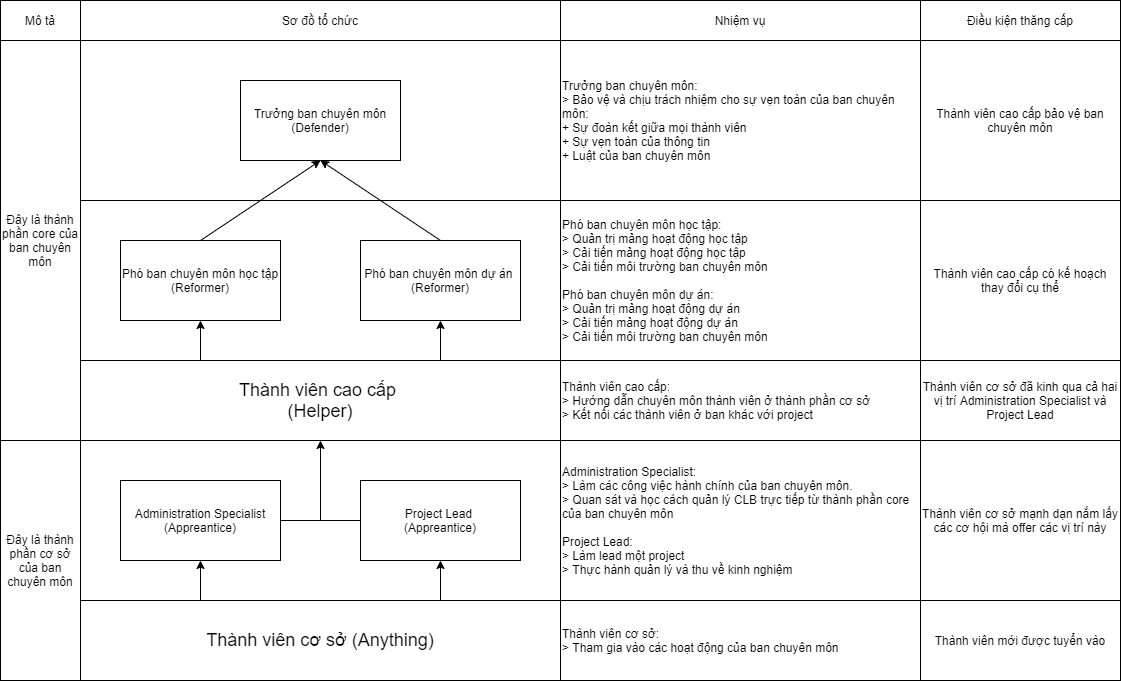
Before: MEMBER_STRUCTURE/CauTrucThanhVien.png, a diagram exported from draw.io (nghuyenthevinh2000/SinnoChuyenMonStructure). Source tidied: cells renumbered, new cells last; positions are measured from the earlier drawing's top-left corner, leaving out a move shared by most shapes. Its diagram source:
```xml
<mxGraphModel>
  <root>
    <mxCell id="0" />
    <mxCell id="1" parent="0" />
    <mxCell id="2" style="rounded=0;whiteSpace=wrap;html=1;" parent="1" vertex="1">
      <mxGeometry x="80" y="40" width="480" height="160" as="geometry" />
    </mxCell>
    <mxCell id="3" style="rounded=0;whiteSpace=wrap;html=1;" parent="1" vertex="1">
      <mxGeometry x="80" y="440" width="480" height="160" as="geometry" />
    </mxCell>
    <mxCell id="4" style="rounded=0;whiteSpace=wrap;html=1;" parent="1" vertex="1">
      <mxGeometry x="80" y="200" width="480" height="160" as="geometry" />
    </mxCell>
    <mxCell id="5" value="Trưởng ban chuyên môn&lt;br&gt;(Defender)" style="rounded=0;whiteSpace=wrap;html=1;" parent="1" vertex="1">
      <mxGeometry x="240" y="80" width="160" height="80" as="geometry" />
    </mxCell>
    <mxCell id="6" value="Phó ban chuyên môn học tập&lt;br&gt;(Reformer)" style="rounded=0;whiteSpace=wrap;html=1;" parent="1" vertex="1">
      <mxGeometry x="120" y="240" width="160" height="80" as="geometry" />
    </mxCell>
    <mxCell id="7" value="Phó ban chuyên môn dự án&amp;nbsp;&lt;br&gt;(Reformer)" style="rounded=0;whiteSpace=wrap;html=1;" parent="1" vertex="1">
      <mxGeometry x="360" y="240" width="160" height="80" as="geometry" />
    </mxCell>
    <mxCell id="8" value="&lt;font style=&quot;font-size: 18px&quot;&gt;Thành viên cao cấp&amp;nbsp;&lt;br&gt;(Helper)&lt;br&gt;&lt;/font&gt;" style="rounded=0;whiteSpace=wrap;html=1;" parent="1" vertex="1">
      <mxGeometry x="80" y="360" width="480" height="80" as="geometry" />
    </mxCell>
    <mxCell id="9" value="Administration Specialist&lt;br&gt;(Appreantice)" style="rounded=0;whiteSpace=wrap;html=1;" parent="1" vertex="1">
      <mxGeometry x="120" y="480" width="160" height="80" as="geometry" />
    </mxCell>
    <mxCell id="10" value="Project Lead&amp;nbsp;&lt;br&gt;(Appreantice)" style="rounded=0;whiteSpace=wrap;html=1;" parent="1" vertex="1">
      <mxGeometry x="360" y="480" width="160" height="80" as="geometry" />
    </mxCell>
    <mxCell id="11" style="endArrow=none;html=1;entryX=0;entryY=0.5;entryDx=0;entryDy=0;exitX=1;exitY=0.5;exitDx=0;exitDy=0;" parent="1" edge="1" source="9" target="10">
      <mxGeometry relative="1" as="geometry" />
    </mxCell>
    <mxCell id="12" value="&lt;font style=&quot;font-size: 18px&quot;&gt;Thành viên cơ sở (Anything)&lt;/font&gt;" style="rounded=0;whiteSpace=wrap;html=1;" parent="1" vertex="1">
      <mxGeometry x="80" y="600" width="480" height="80" as="geometry" />
    </mxCell>
    <mxCell id="13" value="Đây là thành phần core của ban chuyên môn" style="rounded=0;whiteSpace=wrap;html=1;" parent="1" vertex="1">
      <mxGeometry y="40" width="80" height="400" as="geometry" />
    </mxCell>
    <mxCell id="14" value="Đây là thành phần cơ sở của ban chuyên môn" style="rounded=0;whiteSpace=wrap;html=1;" parent="1" vertex="1">
      <mxGeometry y="440" width="80" height="240" as="geometry" />
    </mxCell>
    <mxCell id="15" style="endArrow=classic;html=1;" parent="1" edge="1" target="8">
      <mxGeometry relative="1" as="geometry">
        <mxPoint x="320" y="520" as="sourcePoint" />
      </mxGeometry>
    </mxCell>
    <mxCell id="16" style="endArrow=classic;html=1;entryX=0.5;entryY=1;entryDx=0;entryDy=0;exitX=0.25;exitY=0;exitDx=0;exitDy=0;" parent="1" edge="1" source="12" target="9">
      <mxGeometry relative="1" as="geometry" />
    </mxCell>
    <mxCell id="17" style="endArrow=classic;html=1;entryX=0.5;entryY=1;entryDx=0;entryDy=0;exitX=0.75;exitY=0;exitDx=0;exitDy=0;" parent="1" edge="1" source="12" target="10">
      <mxGeometry relative="1" as="geometry" />
    </mxCell>
    <mxCell id="18" style="endArrow=classic;html=1;entryX=0.5;entryY=1;entryDx=0;entryDy=0;exitX=0.25;exitY=0;exitDx=0;exitDy=0;" parent="1" edge="1" source="8" target="6">
      <mxGeometry relative="1" as="geometry" />
    </mxCell>
    <mxCell id="19" style="endArrow=classic;html=1;entryX=0.5;entryY=1;entryDx=0;entryDy=0;exitX=0.75;exitY=1;exitDx=0;exitDy=0;" parent="1" edge="1" source="4" target="7">
      <mxGeometry relative="1" as="geometry" />
    </mxCell>
    <mxCell id="20" style="endArrow=classic;html=1;entryX=0.5;entryY=1;entryDx=0;entryDy=0;exitX=0.5;exitY=0;exitDx=0;exitDy=0;" parent="1" edge="1" source="6" target="5">
      <mxGeometry relative="1" as="geometry" />
    </mxCell>
    <mxCell id="21" style="endArrow=classic;html=1;entryX=0.5;entryY=1;entryDx=0;entryDy=0;exitX=0.5;exitY=0;exitDx=0;exitDy=0;" parent="1" edge="1" source="7" target="5">
      <mxGeometry relative="1" as="geometry" />
    </mxCell>
    <mxCell id="22" value="&lt;div&gt;Trưởng ban chuyên môn:&lt;/div&gt;&lt;div&gt;&amp;gt; Bảo vệ và chịu trách nhiệm cho sự vẹn toàn của ban chuyên môn:&lt;/div&gt;&lt;div&gt;+ Sự đoàn kết giữa mọi thành viên&lt;/div&gt;&lt;div&gt;+ Sự vẹn toàn của thông tin&lt;/div&gt;&lt;div&gt;+ Luật của ban chuyên môn&lt;/div&gt;" style="rounded=0;whiteSpace=wrap;html=1;align=left;" parent="1" vertex="1">
      <mxGeometry x="560" y="40" width="360" height="160" as="geometry" />
    </mxCell>
    <mxCell id="23" value="&lt;div&gt;Phó ban chuyên môn học tập:&amp;nbsp;&lt;/div&gt;&lt;div&gt;&amp;gt; Quản trị mảng hoạt động học tập&lt;/div&gt;&lt;div&gt;&amp;gt; Cải tiến mảng hoạt động học tập&lt;/div&gt;&lt;div&gt;&amp;gt; Cải tiến môi trường ban chuyên môn&lt;/div&gt;&lt;div&gt;&lt;br&gt;&lt;/div&gt;&lt;div&gt;Phó ban chuyên môn dự án:&lt;/div&gt;&lt;div&gt;&amp;gt; Quản trị mảng hoạt động dự án&lt;/div&gt;&lt;div&gt;&amp;gt; Cải tiến mảng hoạt động dự án&lt;/div&gt;&lt;div&gt;&amp;gt; Cải tiến môi trường ban chuyên môn&lt;/div&gt;" style="rounded=0;whiteSpace=wrap;html=1;align=left;" parent="1" vertex="1">
      <mxGeometry x="560" y="200" width="360" height="160" as="geometry" />
    </mxCell>
    <mxCell id="24" value="&lt;div style=&quot;text-align: justify&quot;&gt;&lt;br&gt;&lt;/div&gt;" style="rounded=0;whiteSpace=wrap;html=1;" parent="1" vertex="1">
      <mxGeometry x="560" y="360" width="360" height="80" as="geometry" />
    </mxCell>
    <mxCell id="25" value="&lt;div style=&quot;text-align: justify&quot;&gt;&lt;br&gt;&lt;/div&gt;" style="rounded=0;whiteSpace=wrap;html=1;" parent="1" vertex="1">
      <mxGeometry x="560" y="440" width="360" height="160" as="geometry" />
    </mxCell>
    <mxCell id="26" value="&lt;div style=&quot;text-align: justify&quot;&gt;&lt;br&gt;&lt;/div&gt;" style="rounded=0;whiteSpace=wrap;html=1;" parent="1" vertex="1">
      <mxGeometry x="560" y="600" width="360" height="80" as="geometry" />
    </mxCell>
    <mxCell id="27" value="Administration Specialist: &lt;br&gt;&amp;gt; Làm các công việc hành chính của ban chuyên môn.&lt;br&gt;&amp;gt; Quan sát và học cách quản lý CLB trực tiếp từ thành phần core của ban chuyên môn&lt;br&gt;&lt;br&gt;Project Lead:&lt;br&gt;&amp;gt; Làm lead một project&lt;br&gt;&amp;gt; Thực hành quản lý và thu về kinh nghiệm&amp;nbsp;" style="text;html=1;strokeColor=none;fillColor=none;align=left;verticalAlign=middle;whiteSpace=wrap;rounded=0;" parent="1" vertex="1">
      <mxGeometry x="560" y="440" width="360" height="160" as="geometry" />
    </mxCell>
    <mxCell id="28" value="Thành viên cơ sở:&lt;br&gt;&amp;gt; Tham gia vào các hoạt động của ban chuyên môn" style="text;html=1;strokeColor=none;fillColor=none;align=left;verticalAlign=middle;whiteSpace=wrap;rounded=0;" parent="1" vertex="1">
      <mxGeometry x="560" y="600" width="360" height="80" as="geometry" />
    </mxCell>
    <mxCell id="29" value="Thành viên cao cấp:&lt;br&gt;&amp;gt; Hướng dẫn chuyên môn thành viên ở thành phần cơ sở&lt;br&gt;&amp;gt; Kết nối các thành viên ở ban khác với project" style="text;html=1;strokeColor=none;fillColor=none;align=left;verticalAlign=middle;whiteSpace=wrap;rounded=0;" parent="1" vertex="1">
      <mxGeometry x="560" y="360" width="360" height="80" as="geometry" />
    </mxCell>
    <mxCell id="30" value="Thành viên cao cấp bảo vệ ban chuyên môn" style="rounded=0;whiteSpace=wrap;html=1;" parent="1" vertex="1">
      <mxGeometry x="920" y="40" width="200" height="160" as="geometry" />
    </mxCell>
    <mxCell id="31" value="Thành viên cao cấp có kế hoạch thay đổi cụ thể" style="rounded=0;whiteSpace=wrap;html=1;" parent="1" vertex="1">
      <mxGeometry x="920" y="200" width="200" height="160" as="geometry" />
    </mxCell>
    <mxCell id="32" value="Thành viên cơ sở đã kinh qua cả hai vị trí Administration Specialist và Project Lead" style="rounded=0;whiteSpace=wrap;html=1;" parent="1" vertex="1">
      <mxGeometry x="920" y="360" width="200" height="80" as="geometry" />
    </mxCell>
    <mxCell id="33" value="Thành viên cơ sở mạnh dạn nắm lấy các cơ hội mà offer các vị trí này" style="rounded=0;whiteSpace=wrap;html=1;" parent="1" vertex="1">
      <mxGeometry x="920" y="440" width="200" height="160" as="geometry" />
    </mxCell>
    <mxCell id="34" value="Thành viên mới được tuyển vào" style="rounded=0;whiteSpace=wrap;html=1;" parent="1" vertex="1">
      <mxGeometry x="920" y="600" width="200" height="80" as="geometry" />
    </mxCell>
    <mxCell id="35" value="Mô tả" style="rounded=0;whiteSpace=wrap;html=1;" parent="1" vertex="1">
      <mxGeometry width="80" height="40" as="geometry" />
    </mxCell>
    <mxCell id="36" value="Sơ đồ tổ chức" style="rounded=0;whiteSpace=wrap;html=1;" parent="1" vertex="1">
      <mxGeometry x="80" width="480" height="40" as="geometry" />
    </mxCell>
    <mxCell id="37" value="Nhiệm vụ" style="rounded=0;whiteSpace=wrap;html=1;" parent="1" vertex="1">
      <mxGeometry x="560" width="360" height="40" as="geometry" />
    </mxCell>
    <mxCell id="38" value="Điều kiện thăng cấp" style="rounded=0;whiteSpace=wrap;html=1;" parent="1" vertex="1">
      <mxGeometry x="920" width="200" height="40" as="geometry" />
    </mxCell>
  </root>
</mxGraphModel>
```
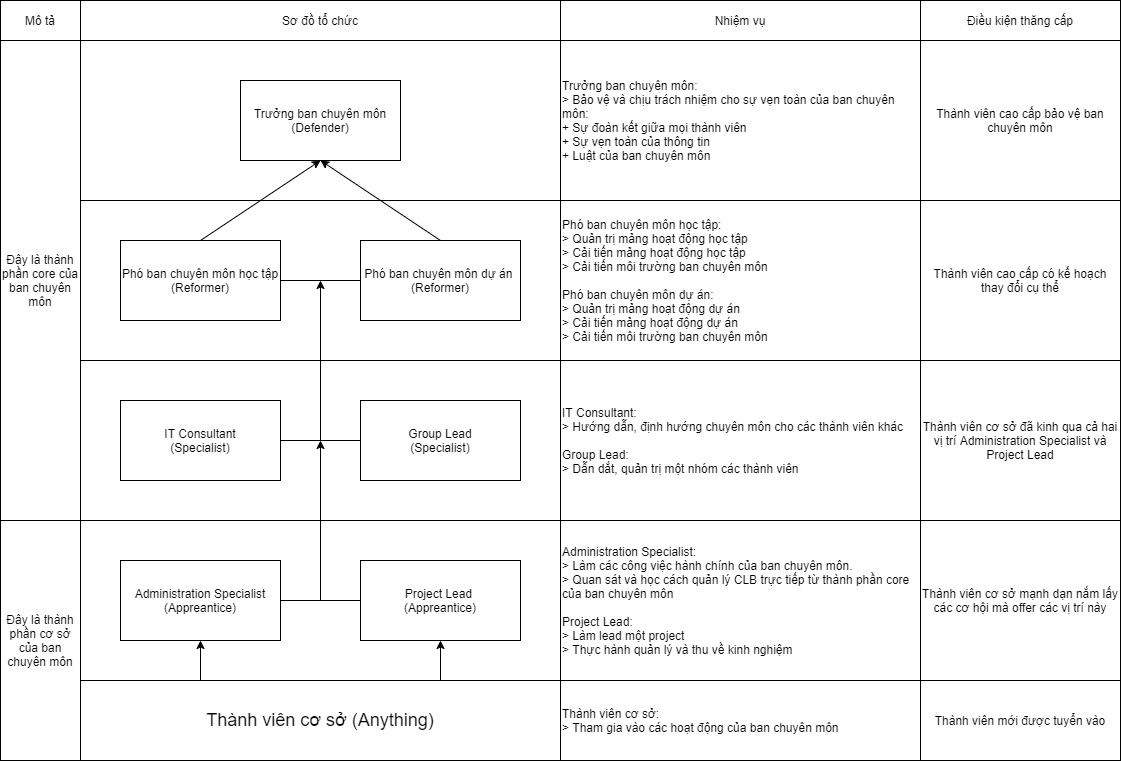
Later version of the same file.

What changed in the source:
```diff
@@ -6,7 +6,7 @@
       <mxGeometry x="80" y="40" width="480" height="160" as="geometry" />
     </mxCell>
     <mxCell id="3" style="rounded=0;whiteSpace=wrap;html=1;" parent="1" vertex="1">
-      <mxGeometry x="80" y="440" width="480" height="160" as="geometry" />
+      <mxGeometry x="80" y="520" width="480" height="160" as="geometry" />
     </mxCell>
     <mxCell id="4" style="rounded=0;whiteSpace=wrap;html=1;" parent="1" vertex="1">
       <mxGeometry x="80" y="200" width="480" height="160" as="geometry" />
@@ -20,44 +20,33 @@
     <mxCell id="7" value="Phó ban chuyên môn dự án&amp;nbsp;&lt;br&gt;(Reformer)" style="rounded=0;whiteSpace=wrap;html=1;" parent="1" vertex="1">
       <mxGeometry x="360" y="240" width="160" height="80" as="geometry" />
     </mxCell>
-    <mxCell id="8" value="&lt;font style=&quot;font-size: 18px&quot;&gt;Thành viên cao cấp&amp;nbsp;&lt;br&gt;(Helper)&lt;br&gt;&lt;/font&gt;" style="rounded=0;whiteSpace=wrap;html=1;" parent="1" vertex="1">
-      <mxGeometry x="80" y="360" width="480" height="80" as="geometry" />
+    <mxCell id="8" value="&lt;font style=&quot;font-size: 18px&quot;&gt;&lt;br&gt;&lt;/font&gt;" style="rounded=0;whiteSpace=wrap;html=1;" parent="1" vertex="1">
+      <mxGeometry x="80" y="360" width="480" height="160" as="geometry" />
     </mxCell>
     <mxCell id="9" value="Administration Specialist&lt;br&gt;(Appreantice)" style="rounded=0;whiteSpace=wrap;html=1;" parent="1" vertex="1">
-      <mxGeometry x="120" y="480" width="160" height="80" as="geometry" />
+      <mxGeometry x="120" y="560" width="160" height="80" as="geometry" />
     </mxCell>
     <mxCell id="10" value="Project Lead&amp;nbsp;&lt;br&gt;(Appreantice)" style="rounded=0;whiteSpace=wrap;html=1;" parent="1" vertex="1">
-      <mxGeometry x="360" y="480" width="160" height="80" as="geometry" />
+      <mxGeometry x="360" y="560" width="160" height="80" as="geometry" />
     </mxCell>
     <mxCell id="11" style="endArrow=none;html=1;entryX=0;entryY=0.5;entryDx=0;entryDy=0;exitX=1;exitY=0.5;exitDx=0;exitDy=0;" parent="1" edge="1" source="9" target="10">
       <mxGeometry relative="1" as="geometry" />
     </mxCell>
     <mxCell id="12" value="&lt;font style=&quot;font-size: 18px&quot;&gt;Thành viên cơ sở (Anything)&lt;/font&gt;" style="rounded=0;whiteSpace=wrap;html=1;" parent="1" vertex="1">
-      <mxGeometry x="80" y="600" width="480" height="80" as="geometry" />
+      <mxGeometry x="80" y="680" width="480" height="80" as="geometry" />
     </mxCell>
     <mxCell id="13" value="Đây là thành phần core của ban chuyên môn" style="rounded=0;whiteSpace=wrap;html=1;" parent="1" vertex="1">
-      <mxGeometry y="40" width="80" height="400" as="geometry" />
+      <mxGeometry y="40" width="80" height="480" as="geometry" />
     </mxCell>
     <mxCell id="14" value="Đây là thành phần cơ sở của ban chuyên môn" style="rounded=0;whiteSpace=wrap;html=1;" parent="1" vertex="1">
-      <mxGeometry y="440" width="80" height="240" as="geometry" />
+      <mxGeometry y="520" width="80" height="240" as="geometry" />
     </mxCell>
-    <mxCell id="15" style="endArrow=classic;html=1;" parent="1" edge="1" target="8">
-      <mxGeometry relative="1" as="geometry">
-        <mxPoint x="320" y="520" as="sourcePoint" />
-      </mxGeometry>
-    </mxCell>
     <mxCell id="16" style="endArrow=classic;html=1;entryX=0.5;entryY=1;entryDx=0;entryDy=0;exitX=0.25;exitY=0;exitDx=0;exitDy=0;" parent="1" edge="1" source="12" target="9">
       <mxGeometry relative="1" as="geometry" />
     </mxCell>
     <mxCell id="17" style="endArrow=classic;html=1;entryX=0.5;entryY=1;entryDx=0;entryDy=0;exitX=0.75;exitY=0;exitDx=0;exitDy=0;" parent="1" edge="1" source="12" target="10">
       <mxGeometry relative="1" as="geometry" />
     </mxCell>
-    <mxCell id="18" style="endArrow=classic;html=1;entryX=0.5;entryY=1;entryDx=0;entryDy=0;exitX=0.25;exitY=0;exitDx=0;exitDy=0;" parent="1" edge="1" source="8" target="6">
-      <mxGeometry relative="1" as="geometry" />
-    </mxCell>
-    <mxCell id="19" style="endArrow=classic;html=1;entryX=0.5;entryY=1;entryDx=0;entryDy=0;exitX=0.75;exitY=1;exitDx=0;exitDy=0;" parent="1" edge="1" source="4" target="7">
-      <mxGeometry relative="1" as="geometry" />
-    </mxCell>
     <mxCell id="20" style="endArrow=classic;html=1;entryX=0.5;entryY=1;entryDx=0;entryDy=0;exitX=0.5;exitY=0;exitDx=0;exitDy=0;" parent="1" edge="1" source="6" target="5">
       <mxGeometry relative="1" as="geometry" />
     </mxCell>
@@ -71,22 +60,22 @@
       <mxGeometry x="560" y="200" width="360" height="160" as="geometry" />
     </mxCell>
     <mxCell id="24" value="&lt;div style=&quot;text-align: justify&quot;&gt;&lt;br&gt;&lt;/div&gt;" style="rounded=0;whiteSpace=wrap;html=1;" parent="1" vertex="1">
-      <mxGeometry x="560" y="360" width="360" height="80" as="geometry" />
+      <mxGeometry x="560" y="360" width="360" height="160" as="geometry" />
     </mxCell>
     <mxCell id="25" value="&lt;div style=&quot;text-align: justify&quot;&gt;&lt;br&gt;&lt;/div&gt;" style="rounded=0;whiteSpace=wrap;html=1;" parent="1" vertex="1">
-      <mxGeometry x="560" y="440" width="360" height="160" as="geometry" />
+      <mxGeometry x="560" y="520" width="360" height="160" as="geometry" />
     </mxCell>
     <mxCell id="26" value="&lt;div style=&quot;text-align: justify&quot;&gt;&lt;br&gt;&lt;/div&gt;" style="rounded=0;whiteSpace=wrap;html=1;" parent="1" vertex="1">
-      <mxGeometry x="560" y="600" width="360" height="80" as="geometry" />
+      <mxGeometry x="560" y="680" width="360" height="80" as="geometry" />
     </mxCell>
     <mxCell id="27" value="Administration Specialist: &lt;br&gt;&amp;gt; Làm các công việc hành chính của ban chuyên môn.&lt;br&gt;&amp;gt; Quan sát và học cách quản lý CLB trực tiếp từ thành phần core của ban chuyên môn&lt;br&gt;&lt;br&gt;Project Lead:&lt;br&gt;&amp;gt; Làm lead một project&lt;br&gt;&amp;gt; Thực hành quản lý và thu về kinh nghiệm&amp;nbsp;" style="text;html=1;strokeColor=none;fillColor=none;align=left;verticalAlign=middle;whiteSpace=wrap;rounded=0;" parent="1" vertex="1">
-      <mxGeometry x="560" y="440" width="360" height="160" as="geometry" />
+      <mxGeometry x="560" y="520" width="360" height="160" as="geometry" />
     </mxCell>
     <mxCell id="28" value="Thành viên cơ sở:&lt;br&gt;&amp;gt; Tham gia vào các hoạt động của ban chuyên môn" style="text;html=1;strokeColor=none;fillColor=none;align=left;verticalAlign=middle;whiteSpace=wrap;rounded=0;" parent="1" vertex="1">
-      <mxGeometry x="560" y="600" width="360" height="80" as="geometry" />
+      <mxGeometry x="560" y="680" width="360" height="80" as="geometry" />
     </mxCell>
-    <mxCell id="29" value="Thành viên cao cấp:&lt;br&gt;&amp;gt; Hướng dẫn chuyên môn thành viên ở thành phần cơ sở&lt;br&gt;&amp;gt; Kết nối các thành viên ở ban khác với project" style="text;html=1;strokeColor=none;fillColor=none;align=left;verticalAlign=middle;whiteSpace=wrap;rounded=0;" parent="1" vertex="1">
-      <mxGeometry x="560" y="360" width="360" height="80" as="geometry" />
+    <mxCell id="29" value="IT Consultant:&lt;br&gt;&amp;gt; Hướng dẫn, định hướng chuyên môn cho các thành viên khác&lt;br&gt;&lt;br&gt;Group Lead:&lt;br&gt;&amp;gt; Dẫn dắt, quản trị một nhóm các thành viên" style="text;html=1;strokeColor=none;fillColor=none;align=left;verticalAlign=middle;whiteSpace=wrap;rounded=0;" parent="1" vertex="1">
+      <mxGeometry x="560" y="360" width="360" height="160" as="geometry" />
     </mxCell>
     <mxCell id="30" value="Thành viên cao cấp bảo vệ ban chuyên môn" style="rounded=0;whiteSpace=wrap;html=1;" parent="1" vertex="1">
       <mxGeometry x="920" y="40" width="200" height="160" as="geometry" />
@@ -95,13 +84,13 @@
       <mxGeometry x="920" y="200" width="200" height="160" as="geometry" />
     </mxCell>
     <mxCell id="32" value="Thành viên cơ sở đã kinh qua cả hai vị trí Administration Specialist và Project Lead" style="rounded=0;whiteSpace=wrap;html=1;" parent="1" vertex="1">
-      <mxGeometry x="920" y="360" width="200" height="80" as="geometry" />
+      <mxGeometry x="920" y="360" width="200" height="160" as="geometry" />
     </mxCell>
     <mxCell id="33" value="Thành viên cơ sở mạnh dạn nắm lấy các cơ hội mà offer các vị trí này" style="rounded=0;whiteSpace=wrap;html=1;" parent="1" vertex="1">
-      <mxGeometry x="920" y="440" width="200" height="160" as="geometry" />
+      <mxGeometry x="920" y="520" width="200" height="160" as="geometry" />
     </mxCell>
     <mxCell id="34" value="Thành viên mới được tuyển vào" style="rounded=0;whiteSpace=wrap;html=1;" parent="1" vertex="1">
-      <mxGeometry x="920" y="600" width="200" height="80" as="geometry" />
+      <mxGeometry x="920" y="680" width="200" height="80" as="geometry" />
     </mxCell>
     <mxCell id="35" value="Mô tả" style="rounded=0;whiteSpace=wrap;html=1;" parent="1" vertex="1">
       <mxGeometry width="80" height="40" as="geometry" />
@@ -115,5 +104,29 @@
     <mxCell id="38" value="Điều kiện thăng cấp" style="rounded=0;whiteSpace=wrap;html=1;" parent="1" vertex="1">
       <mxGeometry x="920" width="200" height="40" as="geometry" />
     </mxCell>
+    <mxCell id="39" value="IT Consultant&lt;br&gt;(Specialist)" style="rounded=0;whiteSpace=wrap;html=1;" parent="1" vertex="1">
+      <mxGeometry x="120" y="400" width="160" height="80" as="geometry" />
+    </mxCell>
+    <mxCell id="40" value="Group Lead&lt;br&gt;(Specialist)" style="rounded=0;whiteSpace=wrap;html=1;" parent="1" vertex="1">
+      <mxGeometry x="360" y="400" width="160" height="80" as="geometry" />
+    </mxCell>
+    <mxCell id="41" style="endArrow=none;html=1;exitX=1;exitY=0.5;exitDx=0;exitDy=0;entryX=0;entryY=0.5;entryDx=0;entryDy=0;" parent="1" edge="1" source="39" target="40">
+      <mxGeometry relative="1" as="geometry" />
+    </mxCell>
+    <mxCell id="42" style="endArrow=classic;html=1;" parent="1" edge="1">
+      <mxGeometry relative="1" as="geometry">
+        <mxPoint x="320" y="600" as="sourcePoint" />
+        <mxPoint x="320" y="440" as="targetPoint" />
+      </mxGeometry>
+    </mxCell>
+    <mxCell id="43" style="endArrow=none;html=1;entryX=0;entryY=0.5;entryDx=0;entryDy=0;exitX=1;exitY=0.5;exitDx=0;exitDy=0;" parent="1" edge="1" source="6" target="7">
+      <mxGeometry relative="1" as="geometry" />
+    </mxCell>
+    <mxCell id="44" style="endArrow=classic;html=1;" parent="1" edge="1">
+      <mxGeometry relative="1" as="geometry">
+        <mxPoint x="320" y="440" as="sourcePoint" />
+        <mxPoint x="320" y="280" as="targetPoint" />
+      </mxGeometry>
+    </mxCell>
   </root>
 </mxGraphModel>
```
